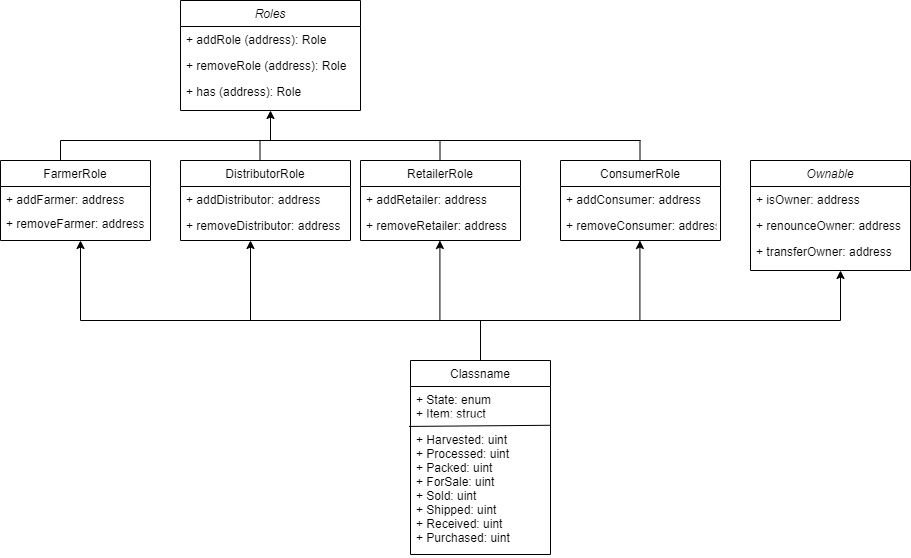
Above: project3/images/CoffeeSupplyChainDataModel.png in ramkumarrani/udacity-blockchain-projects (draw.io), before the change. Source tidied: cells renumbered, new cells last; positions are measured from the earlier drawing's top-left corner, leaving out a move shared by most shapes.
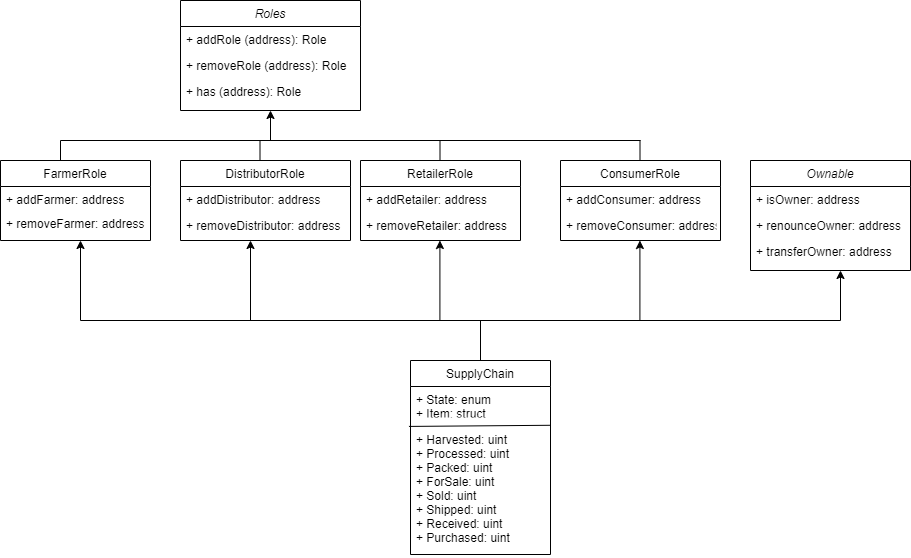
After the change.

Change to the diagram source:
```diff
@@ -139,7 +139,7 @@
         <mxPoint x="480" y="320" as="targetPoint" />
       </mxGeometry>
     </mxCell>
-    <mxCell id="35" value="Classname" style="swimlane;fontStyle=0;horizontal=1;startSize=26;fillColor=none;" parent="1" vertex="1">
+    <mxCell id="35" value="SupplyChain" style="swimlane;fontStyle=0;horizontal=1;startSize=26;fillColor=none;" parent="1" vertex="1">
       <mxGeometry x="410" y="360" width="140" height="194" as="geometry" />
     </mxCell>
     <mxCell id="36" value="+ State: enum&#10;+ Item: struct&#10;&#10;" style="text;strokeColor=none;fillColor=none;align=left;verticalAlign=top;spacingLeft=4;spacingRight=4;overflow=hidden;" parent="35" vertex="1">
```
